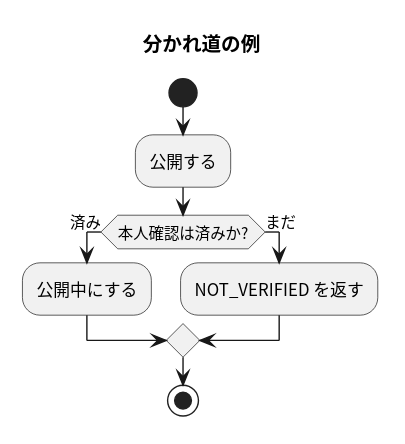
masamasamasato/design-doc-template keeps this PlantUML diagram as docs/examples/分かれ道.svg. Above is the earlier version. Its source is kept beside it as docs/examples/分かれ道.puml.
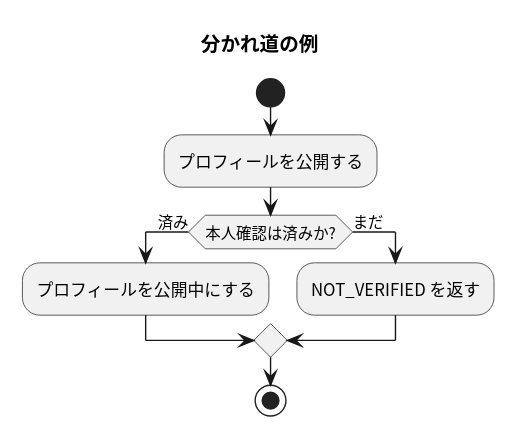
Above is the later version.

Change to the diagram source:
```diff
@@ -6,9 +6,9 @@
 title 分かれ道の例
 
 start
-:公開する;
+:プロフィールを公開する;
 if (本人確認は済みか?) then (済み)
-  :公開中にする;
+  :プロフィールを公開中にする;
 else (まだ)
   :NOT_VERIFIED を返す;
 endif
```
